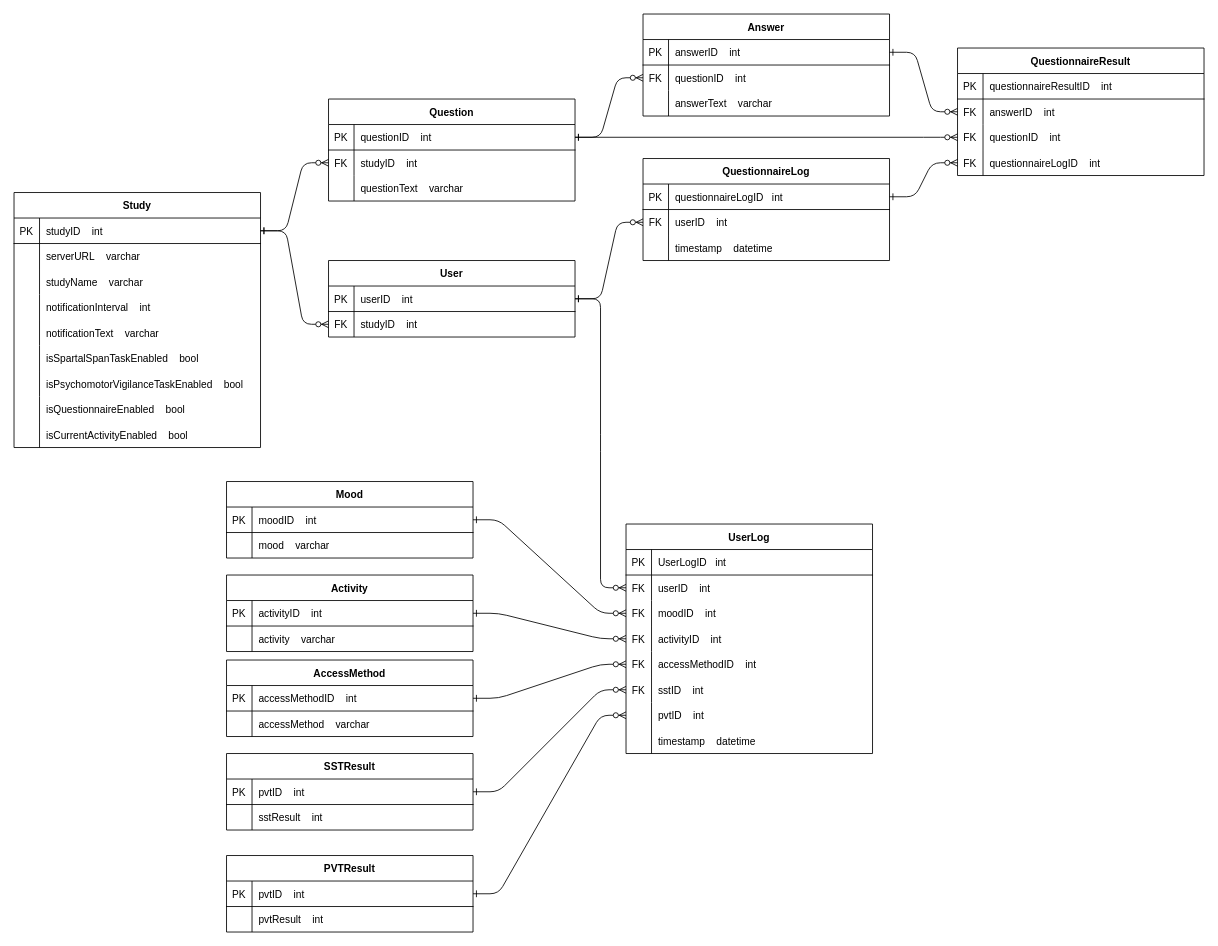
Earlier version of the draw.io diagram ER_diragramm.drawio (teamulster2/report). Source tidied: cells renumbered, new cells numbered last; positions are measured from the earlier drawing's top-left corner, leaving out a move shared by most shapes. Both pictures are drawn from the tidied source at 85%, with x=0, y=0 at pixel (14, 14).
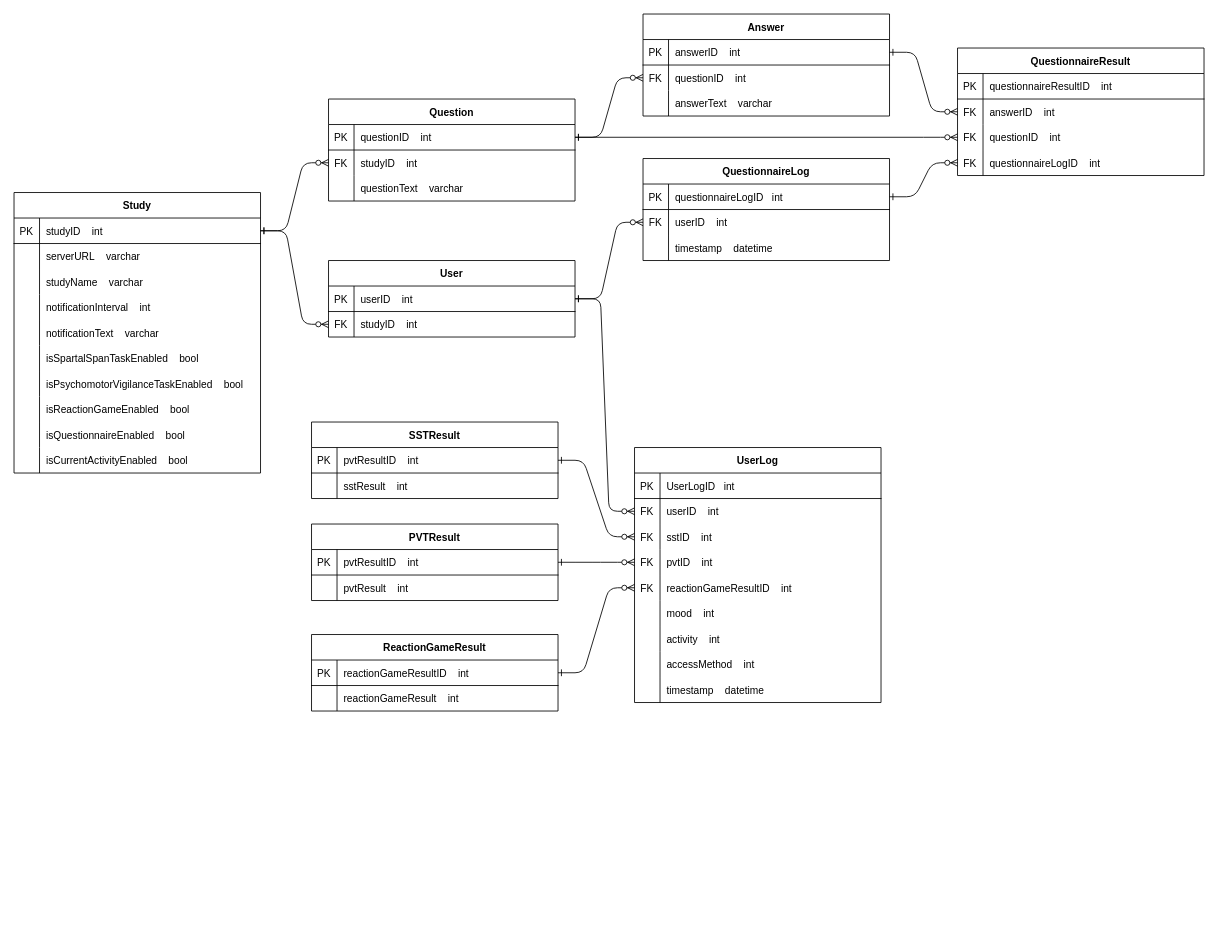
Above is the later version.

Commit message (it also covers changes not shown here):
[issue/5] - updated ER diagramm

- remove enums (activity, accessMethod, mood)
- add reaktionGameResult model (as reaktionGameID field to Userlog and as
isReaktiongameResultEnabled field to study)

Unchanged cells that the change refers to:
```xml
<mxCell id="31" style="shape=partialRectangle;fillColor=none;top=0;left=0;right=0;bottom=0;" parent="9" vertex="1">
  <mxGeometry y="240" width="290" height="30" as="geometry" />
</mxCell>
<mxCell id="114" style="shape=partialRectangle;fillColor=none;points=[[0,0.5],[1,0.5]];portConstraint=eastwest;top=0;left=0;right=0;bottom=1;" parent="113" vertex="1">
  <mxGeometry y="30" width="290" height="30" as="geometry" />
</mxCell>
<mxCell id="121" style="shape=partialRectangle;fillColor=none;points=[[0,0.5],[1,0.5]];portConstraint=eastwest;top=0;left=0;right=0;bottom=1;" parent="120" vertex="1">
  <mxGeometry y="30" width="290" height="30" as="geometry" />
</mxCell>
```

Diff of the diagram source:
```diff
@@
     <mxCell id="9" value="Study" style="shape=table;startSize=30;childLayout=tableLayout;rowLines=0;fontStyle=1;align=center;" parent="1" vertex="1">
-      <mxGeometry y="210" width="290" height="300" as="geometry" />
+      <mxGeometry y="210" width="290" height="330" as="geometry" />
     </mxCell>
@@
-    <mxCell id="33" value="isQuestionnaireEnabled    bool" style="shape=partialRectangle;overflow=hidden;fillColor=none;top=0;left=0;bottom=0;right=0;align=left;spacingLeft=6;" parent="31" vertex="1">
+    <mxCell id="33" value="isReactionGameEnabled    bool" style="shape=partialRectangle;overflow=hidden;fillColor=none;top=0;left=0;bottom=0;right=0;align=left;spacingLeft=6;" parent="31" vertex="1">
       <mxGeometry x="30" width="260" height="30" as="geometry" />
     </mxCell>
+    <mxCell id="153" style="shape=partialRectangle;fillColor=none;top=0;left=0;right=0;bottom=0;" parent="9" vertex="1">
+      <mxGeometry y="270" width="290" height="30" as="geometry" />
+    </mxCell>
+    <mxCell id="154" style="shape=partialRectangle;overflow=hidden;fillColor=none;top=0;left=0;bottom=0;right=0;" parent="153" vertex="1">
+      <mxGeometry width="30" height="30" as="geometry" />
+    </mxCell>
+    <mxCell id="155" value="isQuestionnaireEnabled    bool" style="shape=partialRectangle;overflow=hidden;fillColor=none;top=0;left=0;bottom=0;right=0;align=left;spacingLeft=6;" parent="153" vertex="1">
+      <mxGeometry x="30" width="260" height="30" as="geometry" />
+    </mxCell>
     <mxCell id="34" style="shape=partialRectangle;fillColor=none;top=0;left=0;right=0;bottom=0;" parent="9" vertex="1">
-      <mxGeometry y="270" width="290" height="30" as="geometry" />
+      <mxGeometry y="300" width="290" height="30" as="geometry" />
     </mxCell>
@@
     <mxCell id="87" value="UserLog" style="shape=table;startSize=30;childLayout=tableLayout;rowLines=0;fontStyle=1;align=center;" parent="1" vertex="1">
-      <mxGeometry x="720" y="600" width="290" height="270" as="geometry" />
+      <mxGeometry x="730" y="510" width="290" height="300" as="geometry" />
     </mxCell>
@@
+    <mxCell id="103" style="shape=partialRectangle;fillColor=none;points=[[0,0.5],[1,0.5]];portConstraint=eastwest;top=0;left=0;right=0;bottom=0;" parent="87" vertex="1">
+      <mxGeometry y="90" width="290" height="30" as="geometry" />
+    </mxCell>
+    <mxCell id="104" value="FK" style="shape=partialRectangle;overflow=hidden;fillColor=none;top=0;left=0;bottom=0;right=0;" parent="103" vertex="1">
+      <mxGeometry width="30" height="30" as="geometry" />
+    </mxCell>
+    <mxCell id="105" value="sstID    int" style="shape=partialRectangle;overflow=hidden;fillColor=none;top=0;left=0;bottom=0;right=0;align=left;spacingLeft=6;" parent="103" vertex="1">
+      <mxGeometry x="30" width="260" height="30" as="geometry" />
+    </mxCell>
+    <mxCell id="106" style="shape=partialRectangle;fillColor=none;points=[[0,0.5],[1,0.5]];portConstraint=eastwest;top=0;left=0;right=0;bottom=0;" parent="87" vertex="1">
+      <mxGeometry y="120" width="290" height="30" as="geometry" />
+    </mxCell>
+    <mxCell id="107" value="FK" style="shape=partialRectangle;overflow=hidden;fillColor=none;top=0;left=0;bottom=0;right=0;" parent="106" vertex="1">
+      <mxGeometry width="30" height="30" as="geometry" />
+    </mxCell>
+    <mxCell id="108" value="pvtID    int" style="shape=partialRectangle;overflow=hidden;fillColor=none;top=0;left=0;bottom=0;right=0;align=left;spacingLeft=6;" parent="106" vertex="1">
+      <mxGeometry x="30" width="260" height="30" as="geometry" />
+    </mxCell>
+    <mxCell id="156" style="shape=partialRectangle;fillColor=none;points=[[0,0.5],[1,0.5]];portConstraint=eastwest;top=0;left=0;right=0;bottom=0;" parent="87" vertex="1">
+      <mxGeometry y="150" width="290" height="30" as="geometry" />
+    </mxCell>
+    <mxCell id="157" value="FK" style="shape=partialRectangle;overflow=hidden;fillColor=none;top=0;left=0;bottom=0;right=0;" parent="156" vertex="1">
+      <mxGeometry width="30" height="30" as="geometry" />
+    </mxCell>
+    <mxCell id="158" value="reactionGameResultID    int" style="shape=partialRectangle;overflow=hidden;fillColor=none;top=0;left=0;bottom=0;right=0;align=left;spacingLeft=6;" parent="156" vertex="1">
+      <mxGeometry x="30" width="260" height="30" as="geometry" />
+    </mxCell>
     <mxCell id="94" style="shape=partialRectangle;fillColor=none;points=[[0,0.5],[1,0.5]];portConstraint=eastwest;top=0;left=0;right=0;bottom=0;" parent="87" vertex="1">
-      <mxGeometry y="90" width="290" height="30" as="geometry" />
+      <mxGeometry y="180" width="290" height="30" as="geometry" />
     </mxCell>
-    <mxCell id="95" value="FK" style="shape=partialRectangle;overflow=hidden;fillColor=none;top=0;left=0;bottom=0;right=0;" parent="94" vertex="1">
+    <mxCell id="95" style="shape=partialRectangle;overflow=hidden;fillColor=none;top=0;left=0;bottom=0;right=0;" parent="94" vertex="1">
       <mxGeometry width="30" height="30" as="geometry" />
     </mxCell>
-    <mxCell id="96" value="moodID    int" style="shape=partialRectangle;overflow=hidden;fillColor=none;top=0;left=0;bottom=0;right=0;align=left;spacingLeft=6;" parent="94" vertex="1">
+    <mxCell id="96" value="mood    int" style="shape=partialRectangle;overflow=hidden;fillColor=none;top=0;left=0;bottom=0;right=0;align=left;spacingLeft=6;" parent="94" vertex="1">
       <mxGeometry x="30" width="260" height="30" as="geometry" />
     </mxCell>
     <mxCell id="97" style="shape=partialRectangle;fillColor=none;points=[[0,0.5],[1,0.5]];portConstraint=eastwest;top=0;left=0;right=0;bottom=0;" parent="87" vertex="1">
-      <mxGeometry y="120" width="290" height="30" as="geometry" />
+      <mxGeometry y="210" width="290" height="30" as="geometry" />
     </mxCell>
-    <mxCell id="98" value="FK" style="shape=partialRectangle;overflow=hidden;fillColor=none;top=0;left=0;bottom=0;right=0;" parent="97" vertex="1">
+    <mxCell id="98" style="shape=partialRectangle;overflow=hidden;fillColor=none;top=0;left=0;bottom=0;right=0;" parent="97" vertex="1">
       <mxGeometry width="30" height="30" as="geometry" />
     </mxCell>
-    <mxCell id="99" value="activityID    int" style="shape=partialRectangle;overflow=hidden;fillColor=none;top=0;left=0;bottom=0;right=0;align=left;spacingLeft=6;" parent="97" vertex="1">
+    <mxCell id="99" value="activity    int" style="shape=partialRectangle;overflow=hidden;fillColor=none;top=0;left=0;bottom=0;right=0;align=left;spacingLeft=6;" parent="97" vertex="1">
       <mxGeometry x="30" width="260" height="30" as="geometry" />
     </mxCell>
     <mxCell id="100" style="shape=partialRectangle;fillColor=none;points=[[0,0.5],[1,0.5]];portConstraint=eastwest;top=0;left=0;right=0;bottom=0;" parent="87" vertex="1">
-      <mxGeometry y="150" width="290" height="30" as="geometry" />
+      <mxGeometry y="240" width="290" height="30" as="geometry" />
     </mxCell>
-    <mxCell id="101" value="FK" style="shape=partialRectangle;overflow=hidden;fillColor=none;top=0;left=0;bottom=0;right=0;" parent="100" vertex="1">
+    <mxCell id="101" style="shape=partialRectangle;overflow=hidden;fillColor=none;top=0;left=0;bottom=0;right=0;" parent="100" vertex="1">
       <mxGeometry width="30" height="30" as="geometry" />
     </mxCell>
-    <mxCell id="102" value="accessMethodID    int" style="shape=partialRectangle;overflow=hidden;fillColor=none;top=0;left=0;bottom=0;right=0;align=left;spacingLeft=6;" parent="100" vertex="1">
+    <mxCell id="102" value="accessMethod    int" style="shape=partialRectangle;overflow=hidden;fillColor=none;top=0;left=0;bottom=0;right=0;align=left;spacingLeft=6;" parent="100" vertex="1">
       <mxGeometry x="30" width="260" height="30" as="geometry" />
     </mxCell>
-    <mxCell id="103" style="shape=partialRectangle;fillColor=none;points=[[0,0.5],[1,0.5]];portConstraint=eastwest;top=0;left=0;right=0;bottom=0;" parent="87" vertex="1">
-      <mxGeometry y="180" width="290" height="30" as="geometry" />
-    </mxCell>
-    <mxCell id="104" value="FK" style="shape=partialRectangle;overflow=hidden;fillColor=none;top=0;left=0;bottom=0;right=0;" parent="103" vertex="1">
-      <mxGeometry width="30" height="30" as="geometry" />
-    </mxCell>
-    <mxCell id="105" value="sstID    int" style="shape=partialRectangle;overflow=hidden;fillColor=none;top=0;left=0;bottom=0;right=0;align=left;spacingLeft=6;" parent="103" vertex="1">
-      <mxGeometry x="30" width="260" height="30" as="geometry" />
-    </mxCell>
-    <mxCell id="106" style="shape=partialRectangle;fillColor=none;points=[[0,0.5],[1,0.5]];portConstraint=eastwest;top=0;left=0;right=0;bottom=0;" parent="87" vertex="1">
-      <mxGeometry y="210" width="290" height="30" as="geometry" />
-    </mxCell>
-    <mxCell id="107" style="shape=partialRectangle;overflow=hidden;fillColor=none;top=0;left=0;bottom=0;right=0;" parent="106" vertex="1">
-      <mxGeometry width="30" height="30" as="geometry" />
-    </mxCell>
-    <mxCell id="108" value="pvtID    int" style="shape=partialRectangle;overflow=hidden;fillColor=none;top=0;left=0;bottom=0;right=0;align=left;spacingLeft=6;" parent="106" vertex="1">
-      <mxGeometry x="30" width="260" height="30" as="geometry" />
-    </mxCell>
     <mxCell id="109" style="shape=partialRectangle;fillColor=none;top=0;left=0;right=0;bottom=0;" parent="87" vertex="1">
-      <mxGeometry y="240" width="290" height="30" as="geometry" />
+      <mxGeometry y="270" width="290" height="30" as="geometry" />
     </mxCell>
@@
     <mxCell id="113" value="PVTResult" style="shape=table;startSize=30;childLayout=tableLayout;rowLines=0;fontStyle=1;align=center;" parent="1" vertex="1">
-      <mxGeometry x="250" y="990" width="290" height="90" as="geometry" />
+      <mxGeometry x="350" y="600" width="290" height="90" as="geometry" />
     </mxCell>
@@
-    <mxCell id="116" value="pvtID    int" style="shape=partialRectangle;overflow=hidden;fillColor=none;top=0;left=0;bottom=0;right=0;align=left;spacingLeft=6;fontStyle=0;" parent="114" vertex="1">
+    <mxCell id="116" value="pvtResultID    int" style="shape=partialRectangle;overflow=hidden;fillColor=none;top=0;left=0;bottom=0;right=0;align=left;spacingLeft=6;fontStyle=0;" parent="114" vertex="1">
       <mxGeometry x="30" width="260" height="30" as="geometry" />
     </mxCell>
@@
     <mxCell id="120" value="SSTResult" style="shape=table;startSize=30;childLayout=tableLayout;rowLines=0;fontStyle=1;align=center;" parent="1" vertex="1">
-      <mxGeometry x="250" y="870" width="290" height="90" as="geometry" />
+      <mxGeometry x="350" y="480" width="290" height="90" as="geometry" />
     </mxCell>
@@
-    <mxCell id="123" value="pvtID    int" style="shape=partialRectangle;overflow=hidden;fillColor=none;top=0;left=0;bottom=0;right=0;align=left;spacingLeft=6;fontStyle=0;" parent="121" vertex="1">
+    <mxCell id="123" value="pvtResultID    int" style="shape=partialRectangle;overflow=hidden;fillColor=none;top=0;left=0;bottom=0;right=0;align=left;spacingLeft=6;fontStyle=0;" parent="121" vertex="1">
       <mxGeometry x="30" width="260" height="30" as="geometry" />
     </mxCell>
@@
-    <mxCell id="129" value="Mood" style="shape=table;startSize=30;childLayout=tableLayout;rowLines=0;fontStyle=1;align=center;" parent="1" vertex="1">
-      <mxGeometry x="250" y="550" width="290" height="90" as="geometry" />
-    </mxCell>
-    <mxCell id="130" style="shape=partialRectangle;fillColor=none;points=[[0,0.5],[1,0.5]];portConstraint=eastwest;top=0;left=0;right=0;bottom=1;" parent="129" vertex="1">
-      <mxGeometry y="30" width="290" height="30" as="geometry" />
-    </mxCell>
-    <mxCell id="131" value="PK" style="shape=partialRectangle;overflow=hidden;fillColor=none;top=0;left=0;bottom=0;right=0;fontStyle=0;" parent="130" vertex="1">
-      <mxGeometry width="30" height="30" as="geometry" />
-    </mxCell>
-    <mxCell id="132" value="moodID    int" style="shape=partialRectangle;overflow=hidden;fillColor=none;top=0;left=0;bottom=0;right=0;align=left;spacingLeft=6;fontStyle=0;" parent="130" vertex="1">
-      <mxGeometry x="30" width="260" height="30" as="geometry" />
-    </mxCell>
-    <mxCell id="133" style="shape=partialRectangle;fillColor=none;top=0;left=0;right=0;bottom=0;" parent="129" vertex="1">
-      <mxGeometry y="60" width="290" height="30" as="geometry" />
-    </mxCell>
-    <mxCell id="134" style="shape=partialRectangle;overflow=hidden;fillColor=none;top=0;left=0;bottom=0;right=0;" parent="133" vertex="1">
-      <mxGeometry width="30" height="30" as="geometry" />
-    </mxCell>
-    <mxCell id="135" value="mood    varchar" style="shape=partialRectangle;overflow=hidden;fillColor=none;top=0;left=0;bottom=0;right=0;align=left;spacingLeft=6;" parent="133" vertex="1">
-      <mxGeometry x="30" width="260" height="30" as="geometry" />
-    </mxCell>
-    <mxCell id="136" value="Activity" style="shape=table;startSize=30;childLayout=tableLayout;rowLines=0;fontStyle=1;align=center;" parent="1" vertex="1">
-      <mxGeometry x="250" y="660" width="290" height="90" as="geometry" />
-    </mxCell>
-    <mxCell id="137" style="shape=partialRectangle;fillColor=none;points=[[0,0.5],[1,0.5]];portConstraint=eastwest;top=0;left=0;right=0;bottom=1;" parent="136" vertex="1">
-      <mxGeometry y="30" width="290" height="30" as="geometry" />
-    </mxCell>
-    <mxCell id="138" value="PK" style="shape=partialRectangle;overflow=hidden;fillColor=none;top=0;left=0;bottom=0;right=0;fontStyle=0;" parent="137" vertex="1">
-      <mxGeometry width="30" height="30" as="geometry" />
-    </mxCell>
-    <mxCell id="139" value="activityID    int" style="shape=partialRectangle;overflow=hidden;fillColor=none;top=0;left=0;bottom=0;right=0;align=left;spacingLeft=6;fontStyle=0;" parent="137" vertex="1">
-      <mxGeometry x="30" width="260" height="30" as="geometry" />
-    </mxCell>
-    <mxCell id="140" style="shape=partialRectangle;fillColor=none;top=0;left=0;right=0;bottom=0;" parent="136" vertex="1">
-      <mxGeometry y="60" width="290" height="30" as="geometry" />
-    </mxCell>
-    <mxCell id="141" style="shape=partialRectangle;overflow=hidden;fillColor=none;top=0;left=0;bottom=0;right=0;" parent="140" vertex="1">
-      <mxGeometry width="30" height="30" as="geometry" />
-    </mxCell>
-    <mxCell id="142" value="activity    varchar" style="shape=partialRectangle;overflow=hidden;fillColor=none;top=0;left=0;bottom=0;right=0;align=left;spacingLeft=6;" parent="140" vertex="1">
-      <mxGeometry x="30" width="260" height="30" as="geometry" />
-    </mxCell>
-    <mxCell id="143" value="AccessMethod" style="shape=table;startSize=30;childLayout=tableLayout;rowLines=0;fontStyle=1;align=center;" parent="1" vertex="1">
-      <mxGeometry x="250" y="760" width="290" height="90" as="geometry" />
-    </mxCell>
-    <mxCell id="144" style="shape=partialRectangle;fillColor=none;top=0;left=0;right=0;bottom=1;" parent="143" vertex="1">
-      <mxGeometry y="30" width="290" height="30" as="geometry" />
-    </mxCell>
-    <mxCell id="145" value="PK" style="shape=partialRectangle;overflow=hidden;fillColor=none;top=0;left=0;bottom=0;right=0;fontStyle=0;" parent="144" vertex="1">
-      <mxGeometry width="30" height="30" as="geometry" />
-    </mxCell>
-    <mxCell id="146" value="accessMethodID    int" style="shape=partialRectangle;overflow=hidden;fillColor=none;top=0;left=0;bottom=0;right=0;align=left;spacingLeft=6;fontStyle=0;" parent="144" vertex="1">
-      <mxGeometry x="30" width="260" height="30" as="geometry" />
-    </mxCell>
-    <mxCell id="147" style="shape=partialRectangle;fillColor=none;top=0;left=0;right=0;bottom=0;" parent="143" vertex="1">
-      <mxGeometry y="60" width="290" height="30" as="geometry" />
-    </mxCell>
-    <mxCell id="148" style="shape=partialRectangle;overflow=hidden;fillColor=none;top=0;left=0;bottom=0;right=0;" parent="147" vertex="1">
-      <mxGeometry width="30" height="30" as="geometry" />
-    </mxCell>
-    <mxCell id="149" value="accessMethod    varchar" style="shape=partialRectangle;overflow=hidden;fillColor=none;top=0;left=0;bottom=0;right=0;align=left;spacingLeft=6;" parent="147" vertex="1">
-      <mxGeometry x="30" width="260" height="30" as="geometry" />
-    </mxCell>
-    <mxCell id="150" style="edgeStyle=entityRelationEdgeStyle;endArrow=ERzeroToMany;startArrow=ERone;endFill=1;startFill=0;entryX=0;entryY=0.5;entryDx=0;entryDy=0;exitX=1;exitY=0.5;exitDx=0;exitDy=0;" parent="1" edge="1" source="143" target="100">
-      <mxGeometry relative="1" as="geometry" />
-    </mxCell>
-    <mxCell id="151" style="edgeStyle=entityRelationEdgeStyle;endArrow=ERzeroToMany;startArrow=ERone;endFill=1;startFill=0;entryX=0;entryY=0.5;entryDx=0;entryDy=0;exitX=1;exitY=0.5;exitDx=0;exitDy=0;" parent="1" edge="1" source="137" target="97">
-      <mxGeometry relative="1" as="geometry" />
-    </mxCell>
-    <mxCell id="152" style="edgeStyle=entityRelationEdgeStyle;endArrow=ERzeroToMany;startArrow=ERone;endFill=1;startFill=0;entryX=0;entryY=0.5;entryDx=0;entryDy=0;exitX=1;exitY=0.5;exitDx=0;exitDy=0;" parent="1" edge="1" source="130" target="94">
-      <mxGeometry relative="1" as="geometry" />
-    </mxCell>
+    <mxCell id="159" value="ReactionGameResult" style="shape=table;startSize=30;childLayout=tableLayout;rowLines=0;fontStyle=1;align=center;" parent="1" vertex="1">
+      <mxGeometry x="350" y="730" width="290" height="90" as="geometry" />
+    </mxCell>
+    <mxCell id="160" style="shape=partialRectangle;fillColor=none;points=[[0,0.5],[1,0.5]];portConstraint=eastwest;top=0;left=0;right=0;bottom=1;" parent="159" vertex="1">
+      <mxGeometry y="30" width="290" height="30" as="geometry" />
+    </mxCell>
+    <mxCell id="161" value="PK" style="shape=partialRectangle;overflow=hidden;fillColor=none;top=0;left=0;bottom=0;right=0;fontStyle=0;" parent="160" vertex="1">
+      <mxGeometry width="30" height="30" as="geometry" />
+    </mxCell>
+    <mxCell id="162" value="reactionGameResultID    int" style="shape=partialRectangle;overflow=hidden;fillColor=none;top=0;left=0;bottom=0;right=0;align=left;spacingLeft=6;fontStyle=0;" parent="160" vertex="1">
+      <mxGeometry x="30" width="260" height="30" as="geometry" />
+    </mxCell>
+    <mxCell id="163" style="shape=partialRectangle;fillColor=none;top=0;left=0;right=0;bottom=0;" parent="159" vertex="1">
+      <mxGeometry y="60" width="290" height="30" as="geometry" />
+    </mxCell>
+    <mxCell id="164" style="shape=partialRectangle;overflow=hidden;fillColor=none;top=0;left=0;bottom=0;right=0;" parent="163" vertex="1">
+      <mxGeometry width="30" height="30" as="geometry" />
+    </mxCell>
+    <mxCell id="165" value="reactionGameResult    int" style="shape=partialRectangle;overflow=hidden;fillColor=none;top=0;left=0;bottom=0;right=0;align=left;spacingLeft=6;" parent="163" vertex="1">
+      <mxGeometry x="30" width="260" height="30" as="geometry" />
+    </mxCell>
+    <mxCell id="166" style="edgeStyle=entityRelationEdgeStyle;endArrow=ERzeroToMany;startArrow=ERone;endFill=1;startFill=0;entryX=0;entryY=0.5;entryDx=0;entryDy=0;exitX=1;exitY=0.5;exitDx=0;exitDy=0;" parent="1" edge="1" source="160" target="156">
+      <mxGeometry relative="1" as="geometry" />
+    </mxCell>
```
